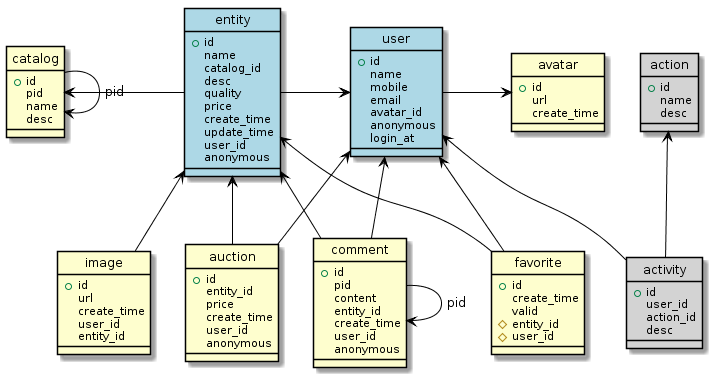
Earlier version of the PlantUML export private/db/flea-model2.png (neo-nie/flea-market). The source it was exported from:
```plantuml
@startuml
skinparam classArrowColor Black
skinparam classBorderColor Black
skinparam stereotypeCBackgroundColor Gray
hide circle

class user #LightBlue {
    +id
    name
    mobile
    email
    avatar_id
    anonymous
    login_at
}

class avatar {
    +id
    url
    create_time
}

class catalog {
    +id
    pid
    name
    desc
}

class entity #LightBlue {
    +id
    name
    catalog_id
    desc
    quality
    price
    create_time
    update_time
    user_id
    anonymous
}

class favorite {
    +id
    create_time
    valid
    #entity_id
    #user_id
}

class comment {
    +id
    pid
    content
    entity_id
    create_time
    user_id
    anonymous
}

class auction {
    +id
    entity_id
    price
    create_time
    user_id
    anonymous
}

class image {
    +id
    url
    create_time
    user_id
    entity_id
}

class action #LightGray {
    +id
    name
    desc
}

class activity #LightGray {
    +id
    user_id
    action_id
    desc
}

user -r-> avatar
entity -l-> catalog
entity -r-> user
catalog --> catalog : pid

image -u-> entity
favorite -u-> user
favorite -u-> entity

comment -u-> user
comment -u-> entity
comment --> comment : pid

auction -u-> user
auction -u-> entity

activity -u-> action
activity -u-> user
@enduml
```
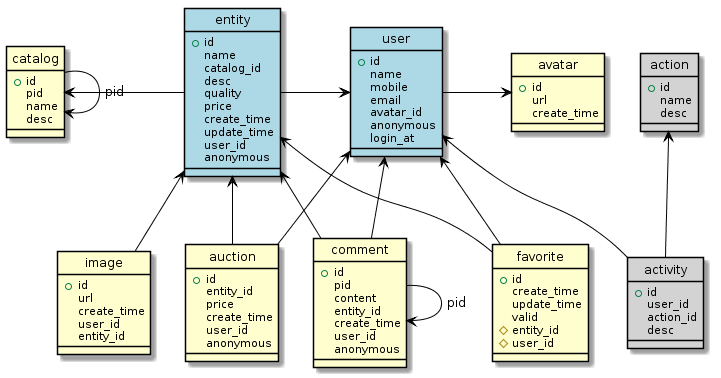
The same file after the commit.

Diff of the diagram source:
```diff
@@ -43,6 +43,7 @@
 class favorite {
     +id
     create_time
+    update_time
     valid
     #entity_id
     #user_id
```
